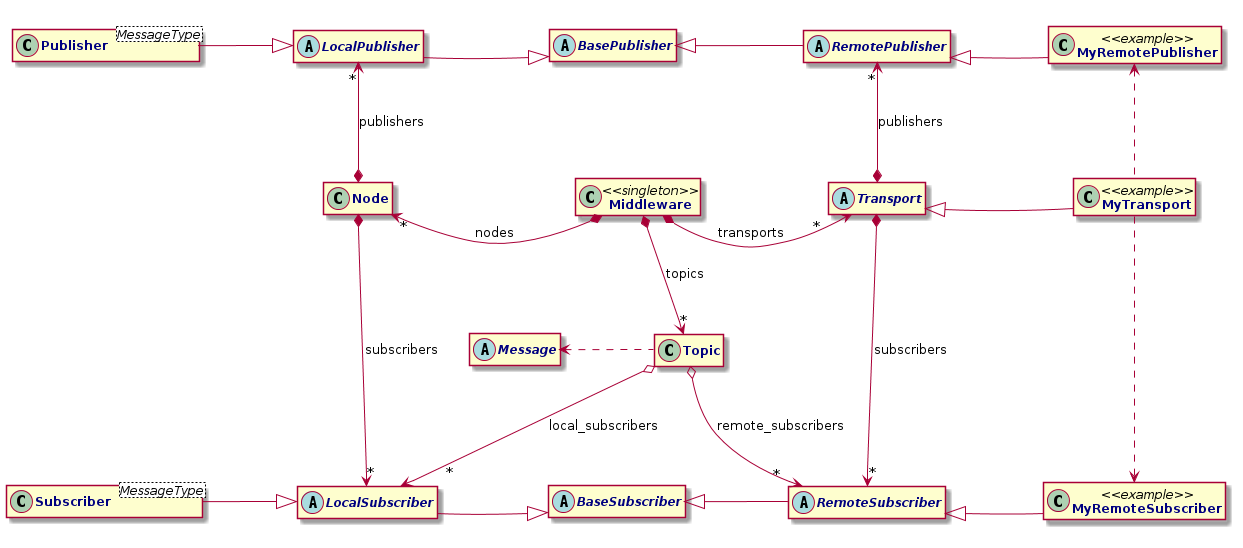
This is r2p/doc/r2p_class_summary_nomembers.png from openrobots-dev/Middleware, a PlantUML export, as it was before one commit.
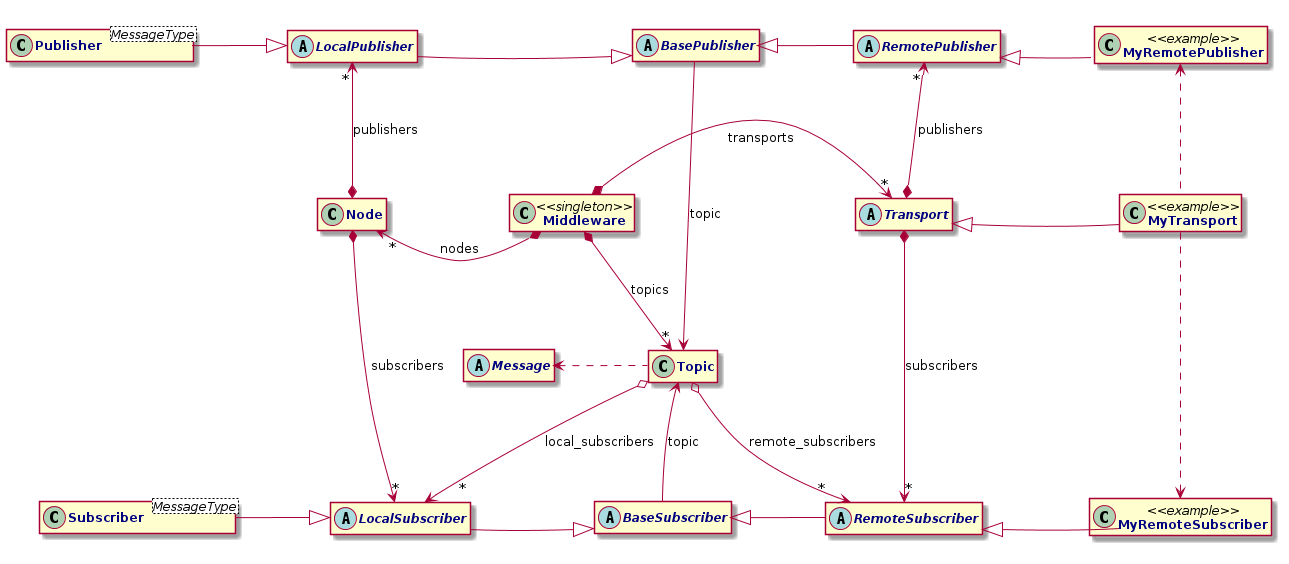
Later version of the same file.

Commit message:
Class diagram updated

The edit, as a diff of the source:
```diff
@@ -14,14 +14,14 @@
   - <font color="blue">const</font> char <font color="#006600">*</font><font color="blue">const</font> module_namep
   - StaticList<font color="green"><</font>Node<font color="green">></font> nodes
   - StaticList<font color="green"><</font>Topic<font color="green">></font> topics
-  - StaticList<Transport> transports
+  - StaticList<font color="green"><</font>Transport<font color="green">></font> transports
   __
   - Middleware<font color="#006600">(</font><font color="blue">const</font> char <font color="#006600">*</font>module_namep<font color="green">,</font> <font color="blue">const</font> char <font color="#006600">*</font>bootloader_namep<font color="#006600">)</font>
   ..
   + <font color="blue">const</font> char <font color="#006600">*</font>get_module_name<font color="#006600">()</font> <font color="blue">const</font>
   + <font color="blue">const</font> StaticList<font color="green"><</font>Node<font color="green">></font> <font color="#006600">&</font>get_nodes<font color="#006600">()</font> <font color="blue">const</font>
   + <font color="blue">const</font> StaticList<font color="green"><</font>Topic<font color="green">></font> <font color="#006600">&</font>get_topics<font color="#006600">()</font> <font color="blue">const</font>
-  + <font color="blue">const</font> StaticList<Transport> <font color="#006600">&</font>get_transports<font color="#006600">()</font> <font color="blue">const</font>
+  + <font color="blue">const</font> StaticList<font color="green"><</font>Transport<font color="green">></font> <font color="#006600">&</font>get_transports<font color="#006600">()</font> <font color="blue">const</font>
   + <font color="blue">bool</font> is_stopped<font color="#006600">()</font> <font color="blue">const</font>
   ..
   + <font color="blue">bool</font> initialize<font color="#006600">(</font><font color="blue">bool</font> <font color="#006600">*</font>mgmt_boot_stackp<font color="green">,</font> size_t mgmt_boot_stacklen<font color="green">,</font> Thread<font color="green">::</font>Priority mgmt_boot_priority<font color="#006600">)</font>
@@ -124,7 +124,7 @@
   # Mutex publishers_lock
   # Mutex subscribers_lock
   ..
-  - <font color="blue">mutable</font> StaticList<Transport><font color="green">::</font>Link by_middleware
+  - <font color="blue">mutable</font> StaticList<font color="green"><</font>Transport<font color="green">></font><font color="green">::</font>Link by_middleware
   __
   # Transport<font color="#006600">()</font>
   # {abstract} <b>~Transport<font color="#006600">()</font></b>
@@ -339,11 +339,13 @@
 
 Topic o-down-> "*" LocalSubscriber : local_subscribers
 Topic o-down-> "*" RemoteSubscriber : remote_subscribers
+BasePublisher -down-> Topic : topic
+BaseSubscriber -up-> Topic : topic
 Topic .left.> Message
 
 Middleware *-left-> "*" Node : nodes
 Middleware *-down-> "*" Topic : topics
-Middleware *-right-> "*" Transport : transports
+Middleware *-right-> "*" Transport : "\ntransports"
 
 Node *-up-> "*" LocalPublisher : publishers
 Node *-down-> "*"  LocalSubscriber : subscribers
```
